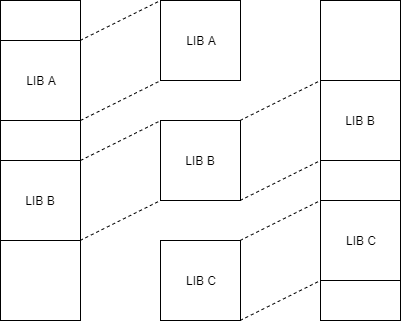
The draw.io diagram images/use_same_lib.png in nganhkhoa/thesis, before a commit. Source tidied: cells renumbered, new cells last; positions are measured from the earlier drawing's top-left corner, leaving out a move shared by most shapes. Its diagram source:
```xml
<mxGraphModel>
  <root>
    <mxCell id="0" />
    <mxCell id="1" parent="0" />
    <mxCell id="2" value="LIB B" style="rounded=0;whiteSpace=wrap;html=1;" parent="1" vertex="1">
      <mxGeometry x="160" y="120" width="80" height="80" as="geometry" />
    </mxCell>
    <mxCell id="3" value="LIB C" style="rounded=0;whiteSpace=wrap;html=1;" parent="1" vertex="1">
      <mxGeometry x="160" y="240" width="80" height="80" as="geometry" />
    </mxCell>
    <mxCell id="4" value="LIB A" style="rounded=0;whiteSpace=wrap;html=1;" parent="1" vertex="1">
      <mxGeometry x="160" width="80" height="80" as="geometry" />
    </mxCell>
    <mxCell id="5" style="endArrow=none;html=1;entryX=0;entryY=0;entryDx=0;entryDy=0;exitX=0.995;exitY=0.125;exitDx=0;exitDy=0;exitPerimeter=0;dashed=1;" parent="1" edge="1" target="4">
      <mxGeometry relative="1" as="geometry">
        <mxPoint x="79.6" y="40" as="sourcePoint" />
      </mxGeometry>
    </mxCell>
    <mxCell id="6" style="endArrow=none;html=1;entryX=0;entryY=0;entryDx=0;entryDy=0;exitX=0.995;exitY=0.125;exitDx=0;exitDy=0;exitPerimeter=0;dashed=1;" parent="1" edge="1">
      <mxGeometry relative="1" as="geometry">
        <mxPoint x="80" y="120" as="sourcePoint" />
        <mxPoint x="160.4" y="80" as="targetPoint" />
      </mxGeometry>
    </mxCell>
    <mxCell id="7" style="endArrow=none;html=1;entryX=0;entryY=0;entryDx=0;entryDy=0;exitX=0.995;exitY=0.125;exitDx=0;exitDy=0;exitPerimeter=0;dashed=1;" parent="1" edge="1">
      <mxGeometry relative="1" as="geometry">
        <mxPoint x="80" y="160" as="sourcePoint" />
        <mxPoint x="160.4" y="120" as="targetPoint" />
      </mxGeometry>
    </mxCell>
    <mxCell id="8" style="endArrow=none;html=1;entryX=0;entryY=0;entryDx=0;entryDy=0;exitX=0.995;exitY=0.125;exitDx=0;exitDy=0;exitPerimeter=0;dashed=1;" parent="1" edge="1">
      <mxGeometry relative="1" as="geometry">
        <mxPoint x="79.6" y="240" as="sourcePoint" />
        <mxPoint x="160" y="200" as="targetPoint" />
      </mxGeometry>
    </mxCell>
    <mxCell id="9" style="endArrow=none;html=1;entryX=0;entryY=0;entryDx=0;entryDy=0;exitX=0.995;exitY=0.125;exitDx=0;exitDy=0;exitPerimeter=0;dashed=1;" parent="1" edge="1">
      <mxGeometry relative="1" as="geometry">
        <mxPoint x="239.6" y="120" as="sourcePoint" />
        <mxPoint x="320" y="80" as="targetPoint" />
      </mxGeometry>
    </mxCell>
    <mxCell id="10" style="endArrow=none;html=1;entryX=0;entryY=0;entryDx=0;entryDy=0;exitX=0.995;exitY=0.125;exitDx=0;exitDy=0;exitPerimeter=0;dashed=1;" parent="1" edge="1">
      <mxGeometry relative="1" as="geometry">
        <mxPoint x="239.6" y="200" as="sourcePoint" />
        <mxPoint x="320" y="160" as="targetPoint" />
      </mxGeometry>
    </mxCell>
    <mxCell id="11" style="endArrow=none;html=1;entryX=0;entryY=0;entryDx=0;entryDy=0;exitX=0.995;exitY=0.125;exitDx=0;exitDy=0;exitPerimeter=0;dashed=1;" parent="1" edge="1">
      <mxGeometry relative="1" as="geometry">
        <mxPoint x="239.6" y="240" as="sourcePoint" />
        <mxPoint x="320" y="200" as="targetPoint" />
      </mxGeometry>
    </mxCell>
    <mxCell id="12" style="endArrow=none;html=1;entryX=0;entryY=0;entryDx=0;entryDy=0;exitX=0.995;exitY=0.125;exitDx=0;exitDy=0;exitPerimeter=0;dashed=1;" parent="1" edge="1">
      <mxGeometry relative="1" as="geometry">
        <mxPoint x="239.6" y="320" as="sourcePoint" />
        <mxPoint x="320" y="280" as="targetPoint" />
      </mxGeometry>
    </mxCell>
    <mxCell id="13" value="LIB A" style="rounded=0;whiteSpace=wrap;html=1;" parent="1" vertex="1">
      <mxGeometry y="40" width="80" height="80" as="geometry" />
    </mxCell>
    <mxCell id="14" value="LIB B" style="rounded=0;whiteSpace=wrap;html=1;" parent="1" vertex="1">
      <mxGeometry y="160" width="80" height="80" as="geometry" />
    </mxCell>
    <mxCell id="15" style="rounded=0;whiteSpace=wrap;html=1;" parent="1" vertex="1">
      <mxGeometry y="120" width="80" height="40" as="geometry" />
    </mxCell>
    <mxCell id="16" style="rounded=0;whiteSpace=wrap;html=1;" parent="1" vertex="1">
      <mxGeometry width="80" height="40" as="geometry" />
    </mxCell>
    <mxCell id="17" style="rounded=0;whiteSpace=wrap;html=1;" parent="1" vertex="1">
      <mxGeometry y="240" width="80" height="80" as="geometry" />
    </mxCell>
    <mxCell id="18" style="rounded=0;whiteSpace=wrap;html=1;" parent="1" vertex="1">
      <mxGeometry x="320" width="80" height="80" as="geometry" />
    </mxCell>
    <mxCell id="19" value="LIB B" style="rounded=0;whiteSpace=wrap;html=1;" parent="1" vertex="1">
      <mxGeometry x="320" y="80" width="80" height="80" as="geometry" />
    </mxCell>
    <mxCell id="20" style="rounded=0;whiteSpace=wrap;html=1;" parent="1" vertex="1">
      <mxGeometry x="320" y="160" width="80" height="40" as="geometry" />
    </mxCell>
    <mxCell id="21" style="rounded=0;whiteSpace=wrap;html=1;" parent="1" vertex="1">
      <mxGeometry x="320" y="280" width="80" height="40" as="geometry" />
    </mxCell>
    <mxCell id="22" value="LIB C" style="rounded=0;whiteSpace=wrap;html=1;" parent="1" vertex="1">
      <mxGeometry x="320" y="200" width="80" height="80" as="geometry" />
    </mxCell>
  </root>
</mxGraphModel>
```
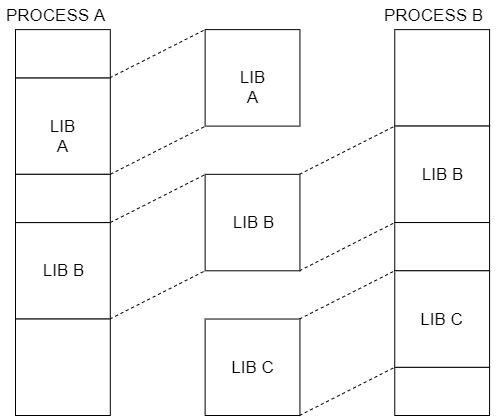
After the change.

What changed in the source:
```diff
@@ -2,91 +2,109 @@
   <root>
     <mxCell id="0" />
     <mxCell id="1" parent="0" />
-    <mxCell id="2" value="LIB B" style="rounded=0;whiteSpace=wrap;html=1;" parent="1" vertex="1">
-      <mxGeometry x="160" y="120" width="80" height="80" as="geometry" />
-    </mxCell>
-    <mxCell id="3" value="LIB C" style="rounded=0;whiteSpace=wrap;html=1;" parent="1" vertex="1">
-      <mxGeometry x="160" y="240" width="80" height="80" as="geometry" />
-    </mxCell>
-    <mxCell id="4" value="LIB A" style="rounded=0;whiteSpace=wrap;html=1;" parent="1" vertex="1">
-      <mxGeometry x="160" width="80" height="80" as="geometry" />
-    </mxCell>
+    <mxCell id="23" style="group;fontSize=17;" parent="1" vertex="1">
+      <mxGeometry y="-20" width="480" height="410" as="geometry" />
+    </mxCell>
-    <mxCell id="5" style="endArrow=none;html=1;entryX=0;entryY=0;entryDx=0;entryDy=0;exitX=0.995;exitY=0.125;exitDx=0;exitDy=0;exitPerimeter=0;dashed=1;" parent="1" edge="1" target="4">
+    <mxCell id="5" style="endArrow=none;html=1;entryX=0;entryY=0;entryDx=0;entryDy=0;exitX=0.995;exitY=0.125;exitDx=0;exitDy=0;exitPerimeter=0;dashed=1;fontSize=17;" parent="23" edge="1" target="4">
       <mxGeometry relative="1" as="geometry">
-        <mxPoint x="79.6" y="40" as="sourcePoint" />
+        <mxPoint x="94.3" y="72.4" as="sourcePoint" />
       </mxGeometry>
     </mxCell>
-    <mxCell id="6" style="endArrow=none;html=1;entryX=0;entryY=0;entryDx=0;entryDy=0;exitX=0.995;exitY=0.125;exitDx=0;exitDy=0;exitPerimeter=0;dashed=1;" parent="1" edge="1">
+    <mxCell id="6" style="endArrow=none;html=1;entryX=0;entryY=0;entryDx=0;entryDy=0;exitX=0.995;exitY=0.125;exitDx=0;exitDy=0;exitPerimeter=0;dashed=1;fontSize=17;" parent="23" edge="1">
       <mxGeometry relative="1" as="geometry">
-        <mxPoint x="80" y="120" as="sourcePoint" />
-        <mxPoint x="160.4" y="80" as="targetPoint" />
+        <mxPoint x="94.8" y="168.8" as="sourcePoint" />
+        <mxPoint x="190.1" y="120.6" as="targetPoint" />
       </mxGeometry>
     </mxCell>
-    <mxCell id="7" style="endArrow=none;html=1;entryX=0;entryY=0;entryDx=0;entryDy=0;exitX=0.995;exitY=0.125;exitDx=0;exitDy=0;exitPerimeter=0;dashed=1;" parent="1" edge="1">
+    <mxCell id="7" style="endArrow=none;html=1;entryX=0;entryY=0;entryDx=0;entryDy=0;exitX=0.995;exitY=0.125;exitDx=0;exitDy=0;exitPerimeter=0;dashed=1;fontSize=17;" parent="23" edge="1">
       <mxGeometry relative="1" as="geometry">
-        <mxPoint x="80" y="160" as="sourcePoint" />
-        <mxPoint x="160.4" y="120" as="targetPoint" />
+        <mxPoint x="94.8" y="217.1" as="sourcePoint" />
+        <mxPoint x="190.1" y="168.8" as="targetPoint" />
       </mxGeometry>
     </mxCell>
-    <mxCell id="8" style="endArrow=none;html=1;entryX=0;entryY=0;entryDx=0;entryDy=0;exitX=0.995;exitY=0.125;exitDx=0;exitDy=0;exitPerimeter=0;dashed=1;" parent="1" edge="1">
+    <mxCell id="8" style="endArrow=none;html=1;entryX=0;entryY=0;entryDx=0;entryDy=0;exitX=0.995;exitY=0.125;exitDx=0;exitDy=0;exitPerimeter=0;dashed=1;fontSize=17;" parent="23" edge="1">
       <mxGeometry relative="1" as="geometry">
-        <mxPoint x="79.6" y="240" as="sourcePoint" />
-        <mxPoint x="160" y="200" as="targetPoint" />
+        <mxPoint x="94.3" y="313.5" as="sourcePoint" />
+        <mxPoint x="189.6" y="265.3" as="targetPoint" />
       </mxGeometry>
     </mxCell>
-    <mxCell id="9" style="endArrow=none;html=1;entryX=0;entryY=0;entryDx=0;entryDy=0;exitX=0.995;exitY=0.125;exitDx=0;exitDy=0;exitPerimeter=0;dashed=1;" parent="1" edge="1">
+    <mxCell id="9" style="endArrow=none;html=1;entryX=0;entryY=0;entryDx=0;entryDy=0;exitX=0.995;exitY=0.125;exitDx=0;exitDy=0;exitPerimeter=0;dashed=1;fontSize=17;" parent="23" edge="1">
       <mxGeometry relative="1" as="geometry">
-        <mxPoint x="239.6" y="120" as="sourcePoint" />
-        <mxPoint x="320" y="80" as="targetPoint" />
+        <mxPoint x="284" y="168.8" as="sourcePoint" />
+        <mxPoint x="379.3" y="120.6" as="targetPoint" />
       </mxGeometry>
     </mxCell>
-    <mxCell id="10" style="endArrow=none;html=1;entryX=0;entryY=0;entryDx=0;entryDy=0;exitX=0.995;exitY=0.125;exitDx=0;exitDy=0;exitPerimeter=0;dashed=1;" parent="1" edge="1">
+    <mxCell id="10" style="endArrow=none;html=1;entryX=0;entryY=0;entryDx=0;entryDy=0;exitX=0.995;exitY=0.125;exitDx=0;exitDy=0;exitPerimeter=0;dashed=1;fontSize=17;" parent="23" edge="1">
       <mxGeometry relative="1" as="geometry">
-        <mxPoint x="239.6" y="200" as="sourcePoint" />
-        <mxPoint x="320" y="160" as="targetPoint" />
+        <mxPoint x="284" y="265.3" as="sourcePoint" />
+        <mxPoint x="379.3" y="217.1" as="targetPoint" />
       </mxGeometry>
     </mxCell>
-    <mxCell id="11" style="endArrow=none;html=1;entryX=0;entryY=0;entryDx=0;entryDy=0;exitX=0.995;exitY=0.125;exitDx=0;exitDy=0;exitPerimeter=0;dashed=1;" parent="1" edge="1">
+    <mxCell id="11" style="endArrow=none;html=1;entryX=0;entryY=0;entryDx=0;entryDy=0;exitX=0.995;exitY=0.125;exitDx=0;exitDy=0;exitPerimeter=0;dashed=1;fontSize=17;" parent="23" edge="1">
       <mxGeometry relative="1" as="geometry">
-        <mxPoint x="239.6" y="240" as="sourcePoint" />
-        <mxPoint x="320" y="200" as="targetPoint" />
+        <mxPoint x="284" y="313.5" as="sourcePoint" />
+        <mxPoint x="379.3" y="265.3" as="targetPoint" />
       </mxGeometry>
     </mxCell>
-    <mxCell id="12" style="endArrow=none;html=1;entryX=0;entryY=0;entryDx=0;entryDy=0;exitX=0.995;exitY=0.125;exitDx=0;exitDy=0;exitPerimeter=0;dashed=1;" parent="1" edge="1">
+    <mxCell id="12" style="endArrow=none;html=1;entryX=0;entryY=0;entryDx=0;entryDy=0;exitX=0.995;exitY=0.125;exitDx=0;exitDy=0;exitPerimeter=0;dashed=1;fontSize=17;" parent="23" edge="1">
       <mxGeometry relative="1" as="geometry">
-        <mxPoint x="239.6" y="320" as="sourcePoint" />
-        <mxPoint x="320" y="280" as="targetPoint" />
+        <mxPoint x="284" y="410" as="sourcePoint" />
+        <mxPoint x="379.3" y="361.8" as="targetPoint" />
       </mxGeometry>
     </mxCell>
+    <mxCell id="24" style="group;fontSize=17;" parent="23" vertex="1">
+      <mxGeometry x="373.3" width="106.7" height="410" as="geometry" />
+    </mxCell>
+    <mxCell id="18" style="rounded=0;whiteSpace=wrap;html=1;fontSize=17;" parent="24" vertex="1">
+      <mxGeometry x="5.9" y="24.1" width="94.8" height="96.5" as="geometry" />
+    </mxCell>
+    <mxCell id="19" value="LIB B" style="rounded=0;whiteSpace=wrap;html=1;fontSize=17;" parent="24" vertex="1">
+      <mxGeometry x="5.9" y="120.6" width="94.8" height="96.5" as="geometry" />
+    </mxCell>
+    <mxCell id="20" style="rounded=0;whiteSpace=wrap;html=1;fontSize=17;" parent="24" vertex="1">
+      <mxGeometry x="5.9" y="217.1" width="94.8" height="48.2" as="geometry" />
+    </mxCell>
+    <mxCell id="21" style="rounded=0;whiteSpace=wrap;html=1;fontSize=17;" parent="24" vertex="1">
+      <mxGeometry x="5.9" y="361.8" width="94.8" height="48.2" as="geometry" />
+    </mxCell>
+    <mxCell id="22" value="LIB C" style="rounded=0;whiteSpace=wrap;html=1;fontSize=17;" parent="24" vertex="1">
+      <mxGeometry x="5.9" y="265.3" width="94.8" height="96.5" as="geometry" />
+    </mxCell>
+    <mxCell id="25" value="PROCESS B" style="text;html=1;align=center;verticalAlign=middle;fontSize=17;" parent="24" vertex="1">
+      <mxGeometry x="-10" y="-5" width="110" height="30" as="geometry" />
+    </mxCell>
+    <mxCell id="26" style="group;fontSize=17;" parent="23" vertex="1">
+      <mxGeometry x="189.6" y="24.1" width="94.8" height="385.9" as="geometry" />
+    </mxCell>
+    <mxCell id="2" value="LIB B" style="rounded=0;whiteSpace=wrap;html=1;fontSize=17;" parent="26" vertex="1">
+      <mxGeometry y="144.7" width="94.8" height="96.5" as="geometry" />
+    </mxCell>
+    <mxCell id="3" value="LIB C" style="rounded=0;whiteSpace=wrap;html=1;fontSize=17;" parent="26" vertex="1">
+      <mxGeometry y="289.4" width="94.8" height="96.5" as="geometry" />
+    </mxCell>
+    <mxCell id="4" value="LIB A" style="rounded=0;whiteSpace=wrap;html=1;fontSize=17;" parent="26" vertex="1">
+      <mxGeometry width="94.8" height="96.5" as="geometry" />
+    </mxCell>
+    <mxCell id="27" style="group;fontSize=17;" parent="23" vertex="1">
+      <mxGeometry width="95" height="410" as="geometry" />
+    </mxCell>
-    <mxCell id="13" value="LIB A" style="rounded=0;whiteSpace=wrap;html=1;" parent="1" vertex="1">
-      <mxGeometry y="40" width="80" height="80" as="geometry" />
+    <mxCell id="13" value="LIB A" style="rounded=0;whiteSpace=wrap;html=1;fontSize=17;" parent="27" vertex="1">
+      <mxGeometry y="72.4" width="94.8" height="96.5" as="geometry" />
     </mxCell>
-    <mxCell id="14" value="LIB B" style="rounded=0;whiteSpace=wrap;html=1;" parent="1" vertex="1">
-      <mxGeometry y="160" width="80" height="80" as="geometry" />
+    <mxCell id="14" value="LIB B" style="rounded=0;whiteSpace=wrap;html=1;fontSize=17;" parent="27" vertex="1">
+      <mxGeometry y="217.1" width="94.8" height="96.5" as="geometry" />
     </mxCell>
-    <mxCell id="15" style="rounded=0;whiteSpace=wrap;html=1;" parent="1" vertex="1">
-      <mxGeometry y="120" width="80" height="40" as="geometry" />
+    <mxCell id="15" style="rounded=0;whiteSpace=wrap;html=1;fontSize=17;" parent="27" vertex="1">
+      <mxGeometry y="168.8" width="94.8" height="48.2" as="geometry" />
     </mxCell>
-    <mxCell id="16" style="rounded=0;whiteSpace=wrap;html=1;" parent="1" vertex="1">
-      <mxGeometry width="80" height="40" as="geometry" />
+    <mxCell id="16" style="rounded=0;whiteSpace=wrap;html=1;fontSize=17;" parent="27" vertex="1">
+      <mxGeometry y="24.1" width="94.8" height="48.2" as="geometry" />
     </mxCell>
-    <mxCell id="17" style="rounded=0;whiteSpace=wrap;html=1;" parent="1" vertex="1">
-      <mxGeometry y="240" width="80" height="80" as="geometry" />
+    <mxCell id="17" style="rounded=0;whiteSpace=wrap;html=1;fontSize=17;" parent="27" vertex="1">
+      <mxGeometry y="313.5" width="94.8" height="96.5" as="geometry" />
     </mxCell>
-    <mxCell id="18" style="rounded=0;whiteSpace=wrap;html=1;" parent="1" vertex="1">
-      <mxGeometry x="320" width="80" height="80" as="geometry" />
-    </mxCell>
-    <mxCell id="19" value="LIB B" style="rounded=0;whiteSpace=wrap;html=1;" parent="1" vertex="1">
-      <mxGeometry x="320" y="80" width="80" height="80" as="geometry" />
-    </mxCell>
-    <mxCell id="20" style="rounded=0;whiteSpace=wrap;html=1;" parent="1" vertex="1">
-      <mxGeometry x="320" y="160" width="80" height="40" as="geometry" />
-    </mxCell>
-    <mxCell id="21" style="rounded=0;whiteSpace=wrap;html=1;" parent="1" vertex="1">
-      <mxGeometry x="320" y="280" width="80" height="40" as="geometry" />
-    </mxCell>
-    <mxCell id="22" value="LIB C" style="rounded=0;whiteSpace=wrap;html=1;" parent="1" vertex="1">
-      <mxGeometry x="320" y="200" width="80" height="80" as="geometry" />
-    </mxCell>
+    <mxCell id="28" value="PROCESS A" style="text;html=1;align=center;verticalAlign=middle;fontSize=17;" parent="27" vertex="1">
+      <mxGeometry x="-15" y="-5" width="110" height="30" as="geometry" />
+    </mxCell>
   </root>
 </mxGraphModel>
```
